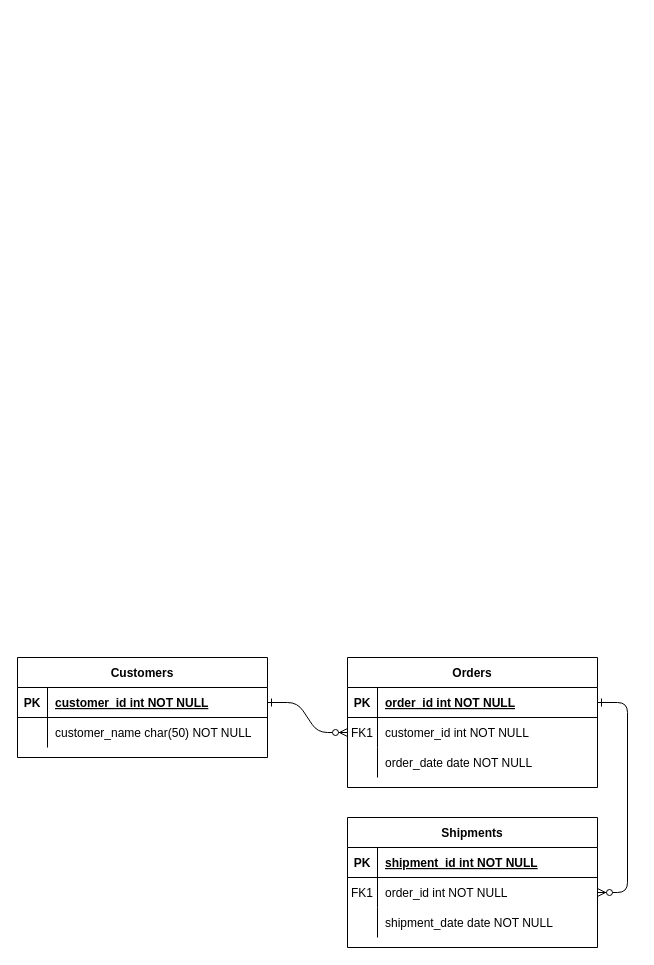
This is cts-remake Diagram.drawio from yuuhei-koutoku/cts-remake, a draw.io file, before an edit. Source tidied: cells renumbered, new cells numbered last; positions are measured from the earlier drawing's top-left corner, leaving out a move shared by most shapes. Both pictures are drawn from the tidied source at 100%, with x=0, y=0 at pixel (17, 657).
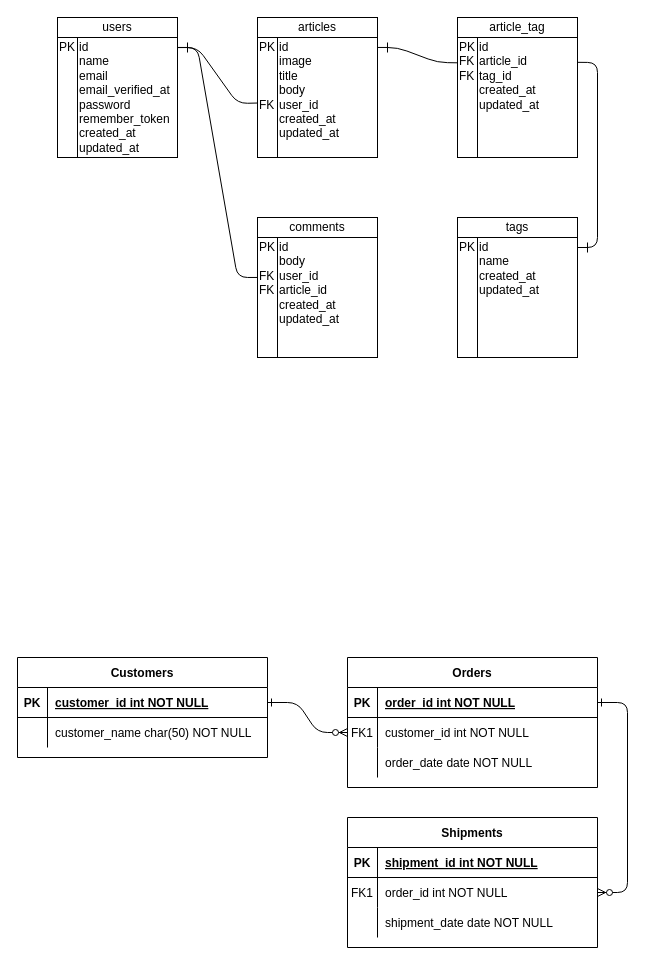
The same diagram, later.

Diff of the diagram source:
```diff
@@
+    <mxCell id="31" value="users" style="rounded=0;whiteSpace=wrap;html=1;" parent="1" vertex="1">
+      <mxGeometry x="40" y="-640" width="120" height="20" as="geometry" />
+    </mxCell>
+    <mxCell id="32" value="id&lt;br&gt;name&lt;br&gt;email&lt;br&gt;email_verified_at&lt;br&gt;password&lt;br&gt;remember_token&lt;br&gt;created_at&lt;br&gt;updated_at" style="rounded=0;whiteSpace=wrap;html=1;align=left;" parent="1" vertex="1">
+      <mxGeometry x="60" y="-620" width="100" height="120" as="geometry" />
+    </mxCell>
+    <mxCell id="33" value="PK&lt;br&gt;&lt;br&gt;&lt;br&gt;&lt;br&gt;&lt;br&gt;&lt;br&gt;&lt;br&gt;&lt;br&gt;" style="rounded=0;whiteSpace=wrap;html=1;align=left;" parent="1" vertex="1">
+      <mxGeometry x="40" y="-620" width="20" height="120" as="geometry" />
+    </mxCell>
+    <mxCell id="34" value="&lt;div&gt;&lt;span&gt;articles&lt;/span&gt;&lt;/div&gt;" style="rounded=0;whiteSpace=wrap;html=1;align=center;" parent="1" vertex="1">
+      <mxGeometry x="240" y="-640" width="120" height="20" as="geometry" />
+    </mxCell>
+    <mxCell id="35" value="PK&lt;br&gt;&lt;br&gt;&lt;br&gt;&lt;br&gt;FK&lt;br&gt;&lt;br&gt;&lt;br&gt;&lt;br&gt;" style="rounded=0;whiteSpace=wrap;html=1;align=left;verticalAlign=middle;" parent="1" vertex="1">
+      <mxGeometry x="240" y="-620" width="20" height="120" as="geometry" />
+    </mxCell>
+    <mxCell id="36" value="id&lt;br&gt;image&lt;br&gt;title&lt;br&gt;body&lt;br&gt;user_id&lt;br&gt;created_at&lt;br&gt;updated_at&lt;br&gt;&lt;br&gt;" style="rounded=0;whiteSpace=wrap;html=1;align=left;" parent="1" vertex="1">
+      <mxGeometry x="260" y="-620" width="100" height="120" as="geometry" />
+    </mxCell>
+    <mxCell id="37" value="article_tag" style="rounded=0;whiteSpace=wrap;html=1;align=center;" parent="1" vertex="1">
+      <mxGeometry x="440" y="-640" width="120" height="20" as="geometry" />
+    </mxCell>
+    <mxCell id="38" value="tags" style="rounded=0;whiteSpace=wrap;html=1;align=center;" parent="1" vertex="1">
+      <mxGeometry x="440" y="-440" width="120" height="20" as="geometry" />
+    </mxCell>
+    <mxCell id="39" value="comments" style="rounded=0;whiteSpace=wrap;html=1;align=center;" parent="1" vertex="1">
+      <mxGeometry x="240" y="-440" width="120" height="20" as="geometry" />
+    </mxCell>
+    <mxCell id="40" value="PK&lt;br&gt;FK&lt;br&gt;FK&lt;br&gt;&lt;br&gt;&lt;br&gt;&lt;br&gt;&lt;br&gt;&lt;br&gt;" style="rounded=0;whiteSpace=wrap;html=1;align=left;" parent="1" vertex="1">
+      <mxGeometry x="440" y="-620" width="20" height="120" as="geometry" />
+    </mxCell>
+    <mxCell id="41" value="PK&lt;br&gt;&lt;br&gt;FK&lt;br&gt;FK&lt;br&gt;&lt;br&gt;&lt;br&gt;&lt;br&gt;&lt;br&gt;" style="rounded=0;whiteSpace=wrap;html=1;align=left;verticalAlign=middle;" parent="1" vertex="1">
+      <mxGeometry x="240" y="-420" width="20" height="120" as="geometry" />
+    </mxCell>
+    <mxCell id="42" value="PK&lt;br&gt;&lt;br&gt;&lt;br&gt;&lt;br&gt;&lt;br&gt;&lt;br&gt;&lt;br&gt;&lt;br&gt;" style="rounded=0;whiteSpace=wrap;html=1;align=left;verticalAlign=middle;" parent="1" vertex="1">
+      <mxGeometry x="440" y="-420" width="20" height="120" as="geometry" />
+    </mxCell>
+    <mxCell id="43" value="id&lt;br&gt;article_id&lt;br&gt;tag_id&lt;br&gt;created_at&lt;br&gt;updated_at&lt;br&gt;&lt;br&gt;&lt;br&gt;&lt;br&gt;" style="rounded=0;whiteSpace=wrap;html=1;align=left;verticalAlign=middle;" parent="1" vertex="1">
+      <mxGeometry x="460" y="-620" width="100" height="120" as="geometry" />
+    </mxCell>
+    <mxCell id="44" value="id&lt;br&gt;body&lt;br&gt;user_id&lt;br&gt;article_id&lt;br&gt;created_at&lt;br&gt;updated_at&lt;br&gt;&lt;br&gt;&lt;br&gt;" style="rounded=0;whiteSpace=wrap;html=1;align=left;verticalAlign=middle;" parent="1" vertex="1">
+      <mxGeometry x="260" y="-420" width="100" height="120" as="geometry" />
+    </mxCell>
+    <mxCell id="45" value="id&lt;br&gt;name&lt;br&gt;created_at&lt;br&gt;updated_at&lt;br&gt;&lt;br&gt;&lt;br&gt;&lt;br&gt;&lt;br&gt;" style="rounded=0;whiteSpace=wrap;html=1;align=left;verticalAlign=middle;" parent="1" vertex="1">
+      <mxGeometry x="460" y="-420" width="100" height="120" as="geometry" />
+    </mxCell>
+    <mxCell id="46" style="endArrow=none;html=1;entryX=0;entryY=0.546;entryDx=0;entryDy=0;entryPerimeter=0;exitX=1.002;exitY=0.084;exitDx=0;exitDy=0;exitPerimeter=0;" parent="1" edge="1" source="32" target="35">
+      <mxGeometry relative="1" as="geometry">
+        <Array as="points">
+          <mxPoint x="180" y="-610" />
+          <mxPoint x="220" y="-554" />
+        </Array>
+      </mxGeometry>
+    </mxCell>
+    <mxCell id="47" style="endArrow=none;html=1;entryX=0;entryY=0.333;entryDx=0;entryDy=0;entryPerimeter=0;exitX=1;exitY=0.083;exitDx=0;exitDy=0;exitPerimeter=0;" parent="1" edge="1" source="32" target="41">
+      <mxGeometry relative="1" as="geometry">
+        <Array as="points">
+          <mxPoint x="180" y="-610" />
+          <mxPoint x="220" y="-380" />
+        </Array>
+      </mxGeometry>
+    </mxCell>
+    <mxCell id="48" style="endArrow=none;html=1;exitX=1;exitY=0.083;exitDx=0;exitDy=0;exitPerimeter=0;entryX=0.002;entryY=0.211;entryDx=0;entryDy=0;entryPerimeter=0;" parent="1" edge="1" source="36" target="40">
+      <mxGeometry relative="1" as="geometry">
+        <Array as="points">
+          <mxPoint x="380" y="-610" />
+          <mxPoint x="420" y="-595" />
+        </Array>
+      </mxGeometry>
+    </mxCell>
+    <mxCell id="49" style="endArrow=none;html=1;entryX=1.001;entryY=0.207;entryDx=0;entryDy=0;entryPerimeter=0;" parent="1" edge="1" target="43">
+      <mxGeometry relative="1" as="geometry">
+        <mxPoint x="560" y="-410" as="sourcePoint" />
+        <Array as="points">
+          <mxPoint x="580" y="-410" />
+          <mxPoint x="580" y="-595" />
+        </Array>
+      </mxGeometry>
+    </mxCell>
+    <mxCell id="50" style="endArrow=none;html=1;" parent="1" edge="1">
+      <mxGeometry relative="1" as="geometry">
+        <mxPoint x="170" y="-605" as="sourcePoint" />
+        <mxPoint x="170" y="-615" as="targetPoint" />
+        <Array as="points">
+          <mxPoint x="170" y="-605" />
+        </Array>
+      </mxGeometry>
+    </mxCell>
+    <mxCell id="51" style="endArrow=none;html=1;" parent="1" edge="1">
+      <mxGeometry relative="1" as="geometry">
+        <mxPoint x="370" y="-605" as="sourcePoint" />
+        <mxPoint x="370" y="-615" as="targetPoint" />
+        <Array as="points">
+          <mxPoint x="370" y="-605" />
+        </Array>
+      </mxGeometry>
+    </mxCell>
+    <mxCell id="52" style="endArrow=none;html=1;" parent="1" edge="1">
+      <mxGeometry relative="1" as="geometry">
+        <mxPoint x="570" y="-405" as="sourcePoint" />
+        <mxPoint x="570" y="-415" as="targetPoint" />
+        <Array as="points">
+          <mxPoint x="570" y="-405" />
+        </Array>
+      </mxGeometry>
+    </mxCell>
```
